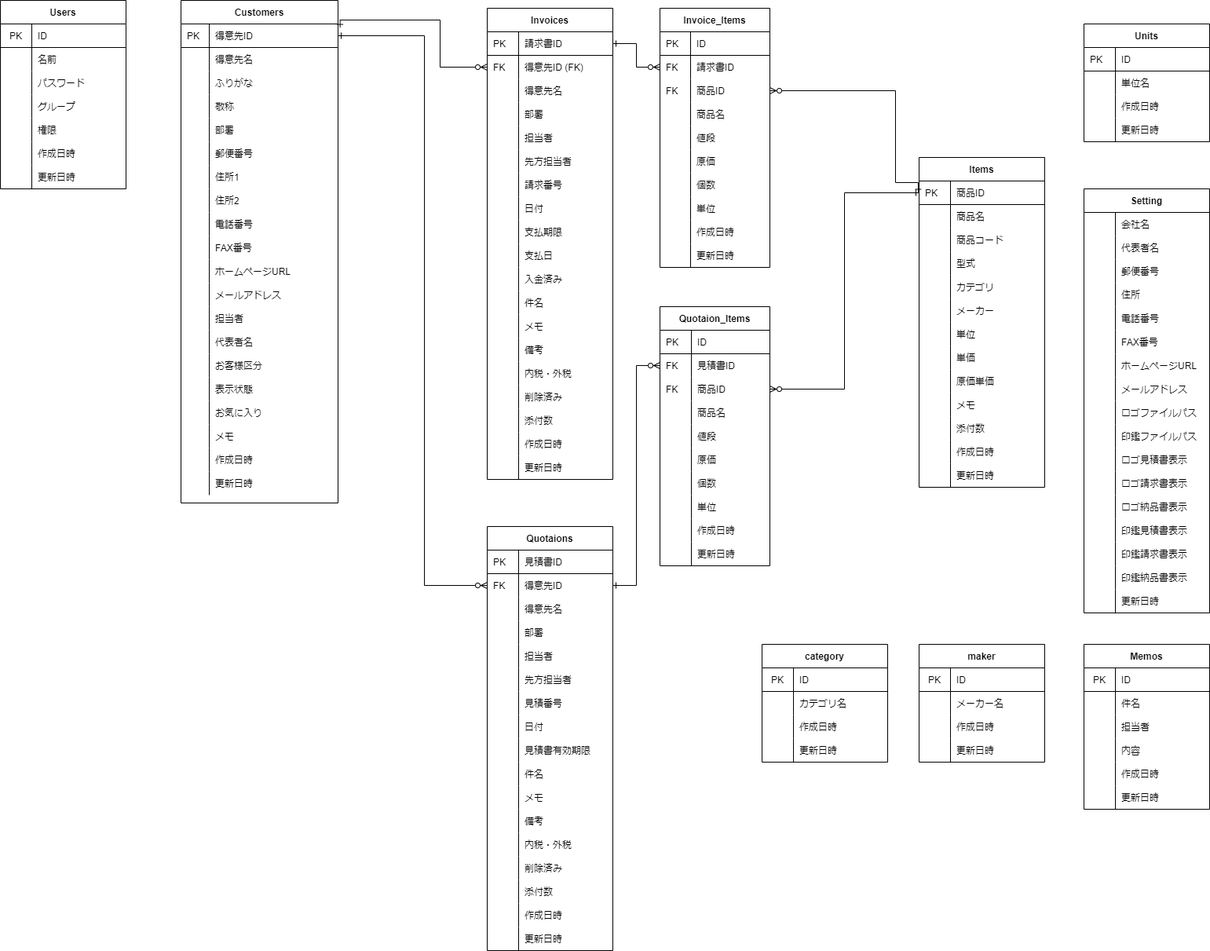
Earlier version of the draw.io export soho_er.png (gamasenninn/caddie-clone). Source tidied: cells renumbered, new cells last; positions are measured from the earlier drawing's top-left corner, leaving out a move shared by most shapes.
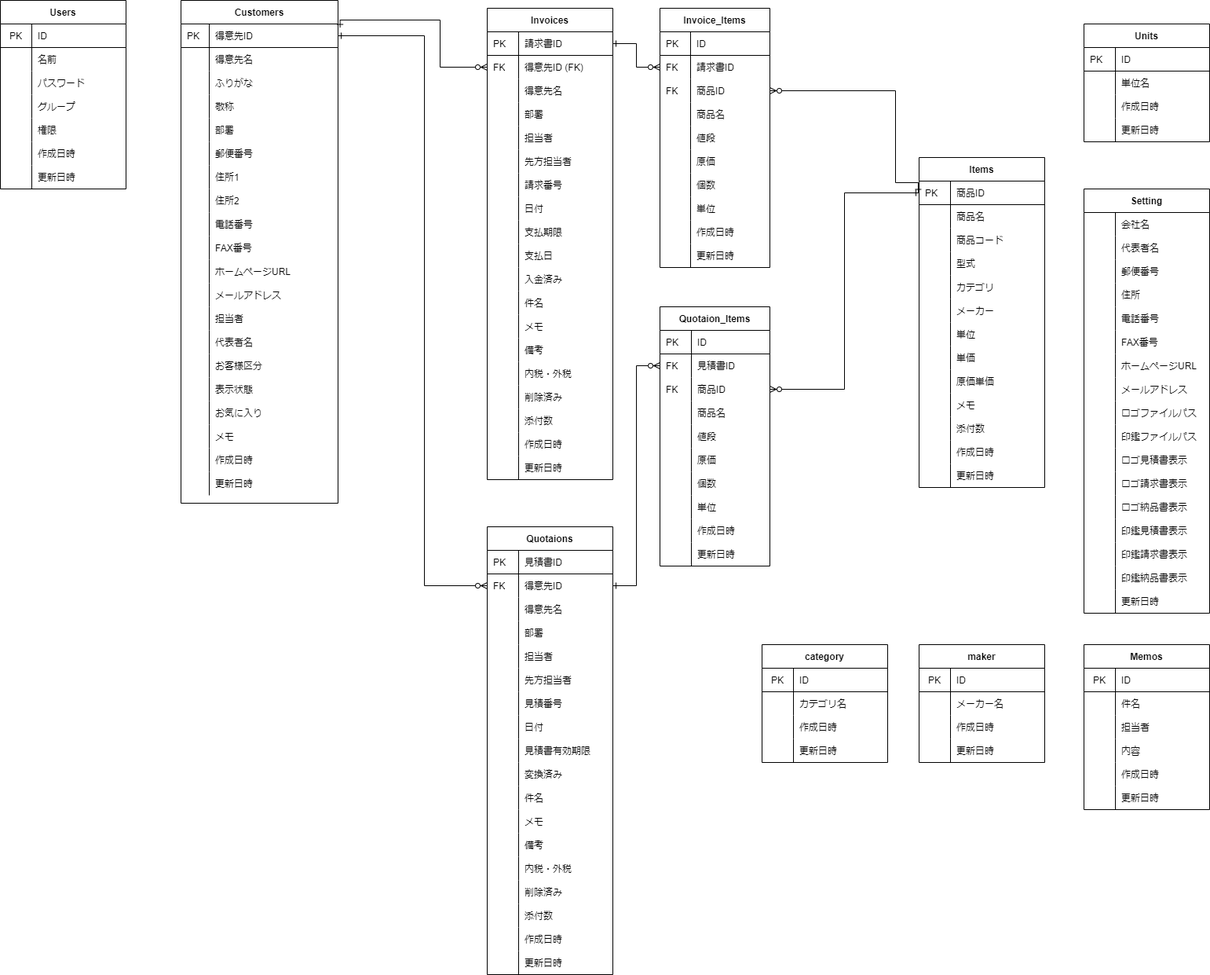
Above is the later version.

Diff of the diagram source:
```diff
@@ -573,7 +573,7 @@
       <mxGeometry x="39" width="101" height="30" as="geometry" />
     </mxCell>
     <mxCell id="192" value="Quotaions" style="shape=table;startSize=30;rowLines=0;fontStyle=1;align=center;" parent="1" vertex="1">
-      <mxGeometry x="620" y="670" width="160" height="540" as="geometry" />
+      <mxGeometry x="620" y="670" width="160" height="570" as="geometry" />
     </mxCell>
     <mxCell id="193" style="shape=partialRectangle;html=1;whiteSpace=wrap;fillColor=none;top=0;left=0;bottom=1;right=0;" parent="192" vertex="1">
       <mxGeometry y="30" width="160" height="30" as="geometry" />
@@ -656,8 +656,17 @@
     <mxCell id="219" value="見積書有効期限" style="shape=partialRectangle;html=1;whiteSpace=wrap;fillColor=none;top=0;left=0;bottom=0;right=0;align=left;spacingLeft=6;overflow=hidden;" parent="217" vertex="1">
       <mxGeometry x="40" width="120" height="30" as="geometry" />
     </mxCell>
+    <mxCell id="413" style="shape=partialRectangle;html=1;whiteSpace=wrap;fillColor=none;top=0;left=0;bottom=0;right=0;" parent="192" vertex="1">
+      <mxGeometry y="300" width="160" height="30" as="geometry" />
+    </mxCell>
+    <mxCell id="414" style="shape=partialRectangle;html=1;whiteSpace=wrap;fillColor=none;top=0;left=0;bottom=0;right=0;align=left;spacingLeft=6;overflow=hidden;" parent="413" vertex="1">
+      <mxGeometry width="40" height="30" as="geometry" />
+    </mxCell>
+    <mxCell id="415" value="変換済み" style="shape=partialRectangle;html=1;whiteSpace=wrap;fillColor=none;top=0;left=0;bottom=0;right=0;align=left;spacingLeft=6;overflow=hidden;" parent="413" vertex="1">
+      <mxGeometry x="40" width="120" height="30" as="geometry" />
+    </mxCell>
     <mxCell id="220" style="shape=partialRectangle;html=1;whiteSpace=wrap;fillColor=none;top=0;left=0;bottom=0;right=0;" parent="192" vertex="1">
-      <mxGeometry y="300" width="160" height="30" as="geometry" />
+      <mxGeometry y="330" width="160" height="30" as="geometry" />
     </mxCell>
     <mxCell id="221" style="shape=partialRectangle;html=1;whiteSpace=wrap;fillColor=none;top=0;left=0;bottom=0;right=0;align=left;spacingLeft=6;overflow=hidden;" parent="220" vertex="1">
       <mxGeometry width="40" height="30" as="geometry" />
@@ -666,7 +675,7 @@
       <mxGeometry x="40" width="120" height="30" as="geometry" />
     </mxCell>
     <mxCell id="223" style="shape=partialRectangle;html=1;whiteSpace=wrap;fillColor=none;top=0;left=0;bottom=0;right=0;" parent="192" vertex="1">
-      <mxGeometry y="330" width="160" height="30" as="geometry" />
+      <mxGeometry y="360" width="160" height="30" as="geometry" />
     </mxCell>
     <mxCell id="224" style="shape=partialRectangle;html=1;whiteSpace=wrap;fillColor=none;top=0;left=0;bottom=0;right=0;align=left;spacingLeft=6;overflow=hidden;" parent="223" vertex="1">
       <mxGeometry width="40" height="30" as="geometry" />
@@ -675,7 +684,7 @@
       <mxGeometry x="40" width="120" height="30" as="geometry" />
     </mxCell>
     <mxCell id="226" style="shape=partialRectangle;html=1;whiteSpace=wrap;fillColor=none;top=0;left=0;bottom=0;right=0;" parent="192" vertex="1">
-      <mxGeometry y="360" width="160" height="30" as="geometry" />
+      <mxGeometry y="390" width="160" height="30" as="geometry" />
     </mxCell>
     <mxCell id="227" style="shape=partialRectangle;html=1;whiteSpace=wrap;fillColor=none;top=0;left=0;bottom=0;right=0;align=left;spacingLeft=6;overflow=hidden;" parent="226" vertex="1">
       <mxGeometry width="40" height="30" as="geometry" />
@@ -684,7 +693,7 @@
       <mxGeometry x="40" width="120" height="30" as="geometry" />
     </mxCell>
     <mxCell id="229" style="shape=partialRectangle;html=1;whiteSpace=wrap;fillColor=none;top=0;left=0;bottom=0;right=0;" parent="192" vertex="1">
-      <mxGeometry y="390" width="160" height="30" as="geometry" />
+      <mxGeometry y="420" width="160" height="30" as="geometry" />
     </mxCell>
     <mxCell id="230" style="shape=partialRectangle;html=1;whiteSpace=wrap;fillColor=none;top=0;left=0;bottom=0;right=0;align=left;spacingLeft=6;overflow=hidden;" parent="229" vertex="1">
       <mxGeometry width="40" height="30" as="geometry" />
@@ -693,7 +702,7 @@
       <mxGeometry x="40" width="120" height="30" as="geometry" />
     </mxCell>
     <mxCell id="232" style="shape=partialRectangle;html=1;whiteSpace=wrap;fillColor=none;top=0;left=0;bottom=0;right=0;" parent="192" vertex="1">
-      <mxGeometry y="420" width="160" height="30" as="geometry" />
+      <mxGeometry y="450" width="160" height="30" as="geometry" />
     </mxCell>
     <mxCell id="233" style="shape=partialRectangle;html=1;whiteSpace=wrap;fillColor=none;top=0;left=0;bottom=0;right=0;align=left;spacingLeft=6;overflow=hidden;" parent="232" vertex="1">
       <mxGeometry width="40" height="30" as="geometry" />
@@ -702,7 +711,7 @@
       <mxGeometry x="40" width="120" height="30" as="geometry" />
     </mxCell>
     <mxCell id="235" style="shape=partialRectangle;html=1;whiteSpace=wrap;fillColor=none;top=0;left=0;bottom=0;right=0;" parent="192" vertex="1">
-      <mxGeometry y="450" width="160" height="30" as="geometry" />
+      <mxGeometry y="480" width="160" height="30" as="geometry" />
     </mxCell>
     <mxCell id="236" style="shape=partialRectangle;html=1;whiteSpace=wrap;fillColor=none;top=0;left=0;bottom=0;right=0;align=left;spacingLeft=6;overflow=hidden;" parent="235" vertex="1">
       <mxGeometry width="40" height="30" as="geometry" />
@@ -711,7 +720,7 @@
       <mxGeometry x="40" width="120" height="30" as="geometry" />
     </mxCell>
     <mxCell id="238" style="shape=partialRectangle;html=1;whiteSpace=wrap;fillColor=none;top=0;left=0;bottom=0;right=0;" parent="192" vertex="1">
-      <mxGeometry y="480" width="160" height="30" as="geometry" />
+      <mxGeometry y="510" width="160" height="30" as="geometry" />
     </mxCell>
     <mxCell id="239" style="shape=partialRectangle;html=1;whiteSpace=wrap;fillColor=none;top=0;left=0;bottom=0;right=0;align=left;spacingLeft=6;overflow=hidden;" parent="238" vertex="1">
       <mxGeometry width="40" height="30" as="geometry" />
@@ -720,7 +729,7 @@
       <mxGeometry x="40" width="120" height="30" as="geometry" />
     </mxCell>
     <mxCell id="241" style="shape=partialRectangle;html=1;whiteSpace=wrap;fillColor=none;top=0;left=0;bottom=0;right=0;" parent="192" vertex="1">
-      <mxGeometry y="510" width="160" height="30" as="geometry" />
+      <mxGeometry y="540" width="160" height="30" as="geometry" />
     </mxCell>
     <mxCell id="242" style="shape=partialRectangle;html=1;whiteSpace=wrap;fillColor=none;top=0;left=0;bottom=0;right=0;align=left;spacingLeft=6;overflow=hidden;" parent="241" vertex="1">
       <mxGeometry width="40" height="30" as="geometry" />
```
